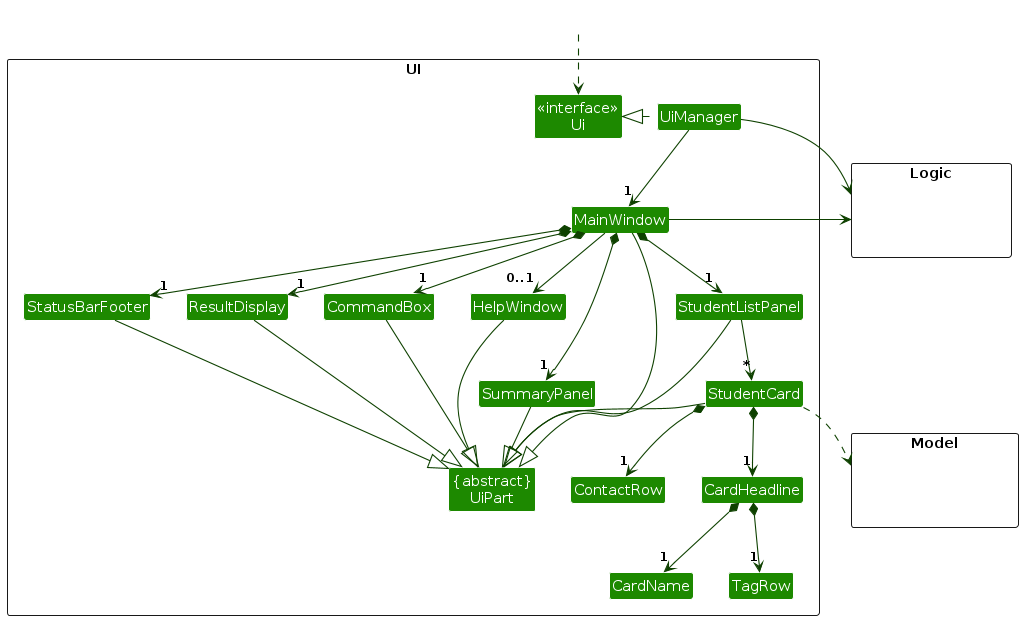
The PlantUML diagram diagrams/UiClassDiagram.png in CJBuzz/tp, before a commit. Its source is kept beside it as diagrams/UiClassDiagram.puml.
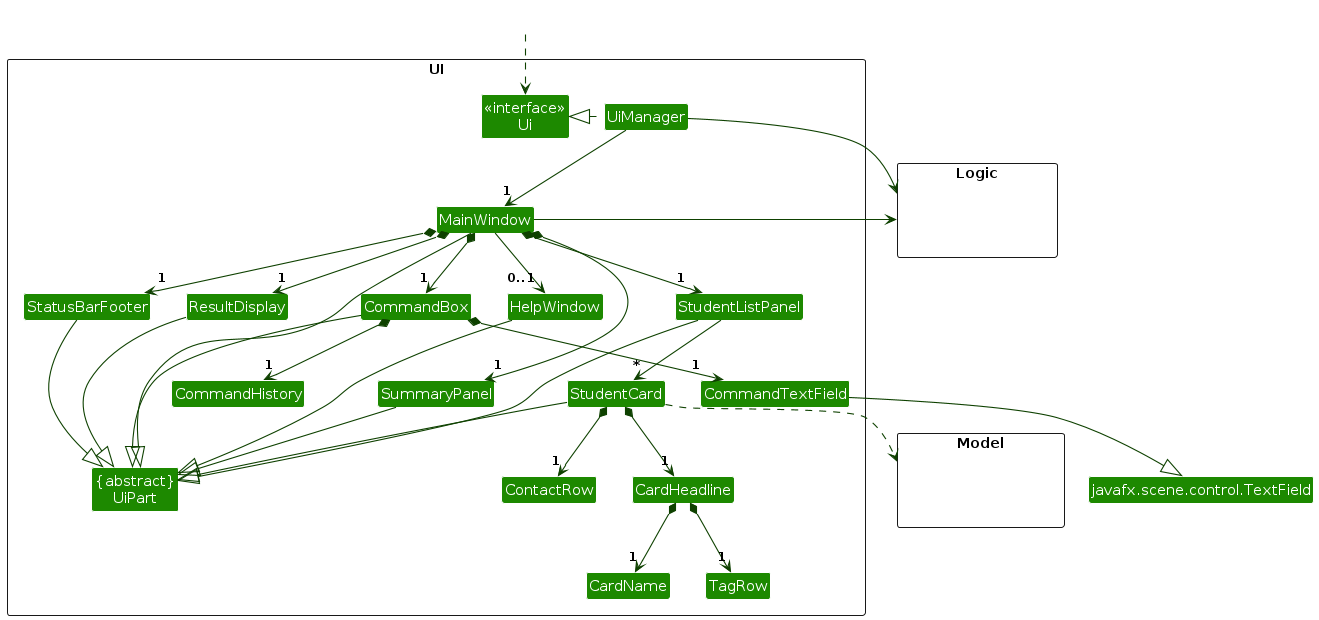
After the change.

Diff of the diagram source:
```diff
@@ -16,6 +16,12 @@
 Class SummaryPanel
 Class StatusBarFooter
 Class CommandBox
+Class CommandHistory {
+    ~add(command : String) : void
+    ~previous(text : String) : String
+    ~next(text : String) : String
+}
+Class CommandTextField
 Class CardHeadline
 Class CardName
 Class TagRow
@@ -30,12 +36,15 @@
 Class HiddenLogic #FFFFFF
 }
 
+Class "javafx.scene.control.TextField" as TextField
 Class HiddenOutside #FFFFFF
 HiddenOutside ..> Ui
 
 UiManager .left.|> Ui
 UiManager -down-> "1" MainWindow
 MainWindow *-down->  "1" CommandBox
+CommandBox *-down-> "1" CommandHistory
+CommandBox *-down-> "1" CommandTextField
 MainWindow *-down-> "1" ResultDisplay
 MainWindow *-down-> "1" StudentListPanel
 MainWindow *-down-> "1" SummaryPanel
@@ -52,6 +61,7 @@
 
 ResultDisplay --|> UiPart
 CommandBox --|> UiPart
+CommandTextField --|> TextField
 StudentListPanel --|> UiPart
 StudentCard --|> UiPart
 StatusBarFooter --|> UiPart
```
